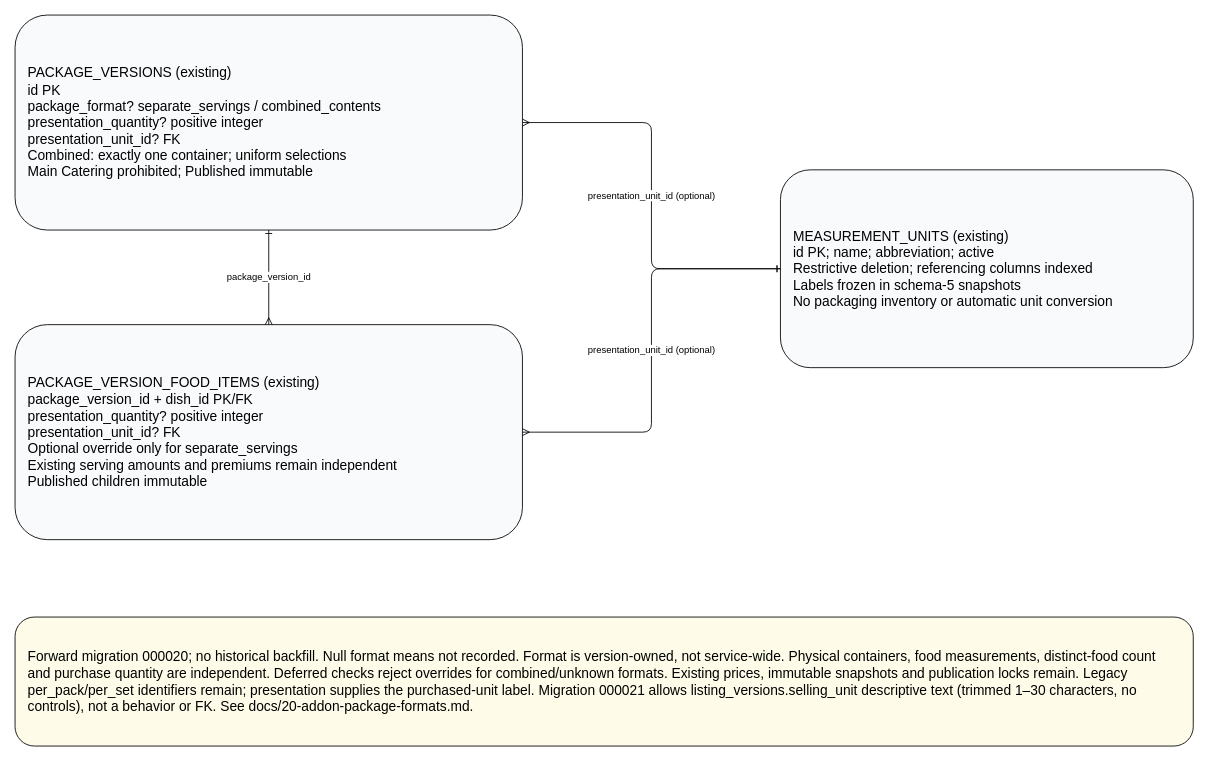
The draw.io diagram page "07 Package Format and Presentation" (7 of 8) of docs/diagrams/catalog_v3.drawio in garfield2001/zek-catering-reservation, before the edit. Source tidied: cells renumbered, new cells numbered last; positions are measured from the earlier drawing's top-left corner, leaving out a move shared by most shapes. Both pictures are drawn from the tidied source at 86%, with x=0, y=0 at pixel (15, 15).
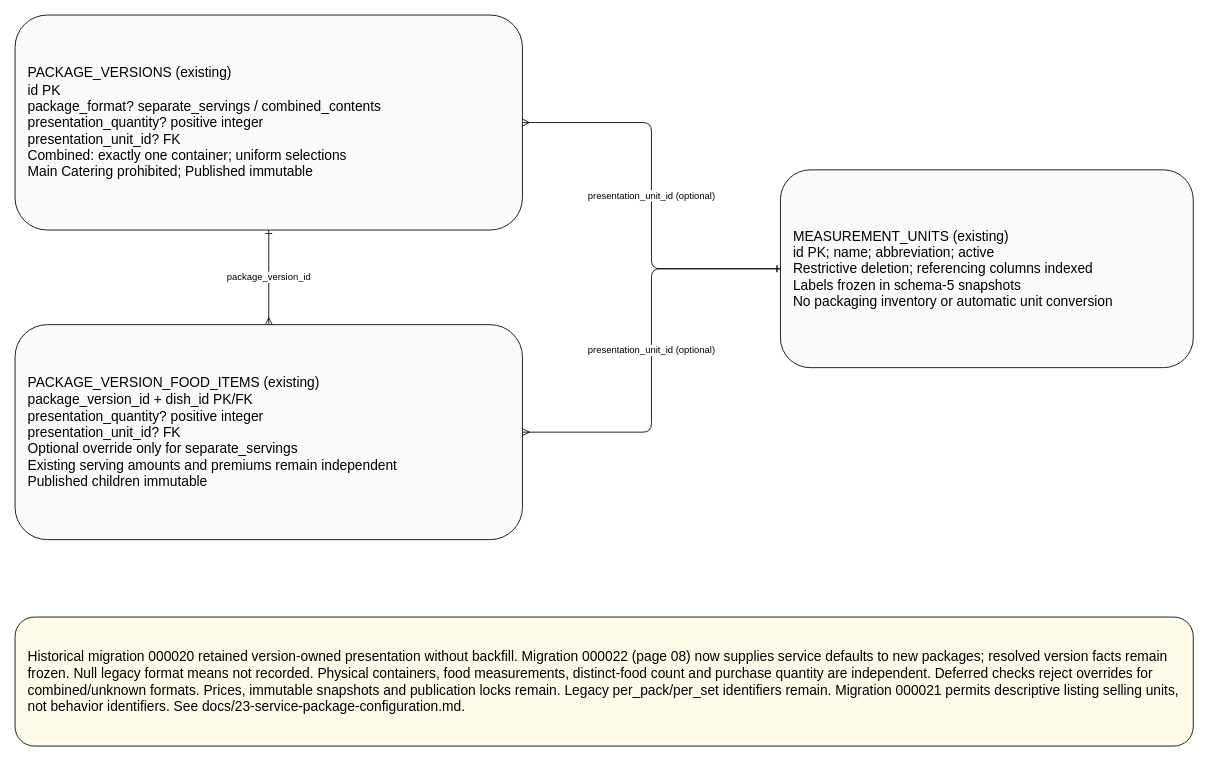
Above is the later version.

Change to the diagram source:
```diff
@@
 <mxGraphModel>
   <root>
     <mxCell id="0" />
     <mxCell id="1" parent="0" />
     <mxCell id="2" value="PACKAGE_VERSIONS (existing)&lt;br&gt;id PK&lt;br&gt;package_format? separate_servings / combined_contents&lt;br&gt;presentation_quantity? positive integer&lt;br&gt;presentation_unit_id? FK&lt;br&gt;Combined: exactly one container; uniform selections&lt;br&gt;Main Catering prohibited; Published immutable" style="rounded=1;whiteSpace=wrap;html=1;fillColor=#f8fafc;align=left;spacing=15;fontSize=16;" parent="1" vertex="1">
       <mxGeometry width="590" height="250" as="geometry" />
     </mxCell>
     <mxCell id="3" value="PACKAGE_VERSION_FOOD_ITEMS (existing)&lt;br&gt;package_version_id + dish_id PK/FK&lt;br&gt;presentation_quantity? positive integer&lt;br&gt;presentation_unit_id? FK&lt;br&gt;Optional override only for separate_servings&lt;br&gt;Existing serving amounts and premiums remain independent&lt;br&gt;Published children immutable" style="rounded=1;whiteSpace=wrap;html=1;fillColor=#f8fafc;align=left;spacing=15;fontSize=16;" parent="1" vertex="1">
       <mxGeometry y="360" width="590" height="250" as="geometry" />
     </mxCell>
     <mxCell id="4" value="MEASUREMENT_UNITS (existing)&lt;br&gt;id PK; name; abbreviation; active&lt;br&gt;Restrictive deletion; referencing columns indexed&lt;br&gt;Labels frozen in schema-5 snapshots&lt;br&gt;No packaging inventory or automatic unit conversion" style="rounded=1;whiteSpace=wrap;html=1;fillColor=#f8fafc;align=left;spacing=15;fontSize=16;" parent="1" vertex="1">
       <mxGeometry x="890" y="180" width="480" height="230" as="geometry" />
     </mxCell>
     <mxCell id="5" value="presentation_unit_id (optional)" style="edgeStyle=orthogonalEdgeStyle;html=1;startArrow=ERmany;endArrow=ERone;" parent="1" edge="1" source="2" target="4">
       <mxGeometry relative="1" as="geometry" />
     </mxCell>
     <mxCell id="6" value="presentation_unit_id (optional)" style="edgeStyle=orthogonalEdgeStyle;html=1;startArrow=ERmany;endArrow=ERone;" parent="1" edge="1" source="3" target="4">
       <mxGeometry relative="1" as="geometry" />
     </mxCell>
     <mxCell id="7" value="package_version_id" style="edgeStyle=orthogonalEdgeStyle;html=1;startArrow=ERmany;endArrow=ERone;" parent="1" edge="1" source="3" target="2">
       <mxGeometry relative="1" as="geometry" />
     </mxCell>
-    <mxCell id="8" value="Forward migration 000020; no historical backfill. Null format means not recorded. Format is version-owned, not service-wide. Physical containers, food measurements, distinct-food count and purchase quantity are independent. Deferred checks reject overrides for combined/unknown formats. Existing prices, immutable snapshots and publication locks remain. Legacy per_pack/per_set identifiers remain; presentation supplies the purchased-unit label. Migration 000021 allows listing_versions.selling_unit descriptive text (trimmed 1–30 characters, no controls), not a behavior or FK. See docs/20-addon-package-formats.md." style="rounded=1;whiteSpace=wrap;html=1;fillColor=#fefce8;align=left;spacing=15;fontSize=16;" parent="1" vertex="1">
+    <mxCell id="8" value="Historical migration 000020 retained version-owned presentation without backfill. Migration 000022 (page 08) now supplies service defaults to new packages; resolved version facts remain frozen. Null legacy format means not recorded. Physical containers, food measurements, distinct-food count and purchase quantity are independent. Deferred checks reject overrides for combined/unknown formats. Prices, immutable snapshots and publication locks remain. Legacy per_pack/per_set identifiers remain. Migration 000021 permits descriptive listing selling units, not behavior identifiers. See docs/23-service-package-configuration.md." style="rounded=1;whiteSpace=wrap;html=1;fillColor=#fefce8;align=left;spacing=15;fontSize=16;" parent="1" vertex="1">
       <mxGeometry y="700" width="1370" height="150" as="geometry" />
     </mxCell>
   </root>
 </mxGraphModel>
```
